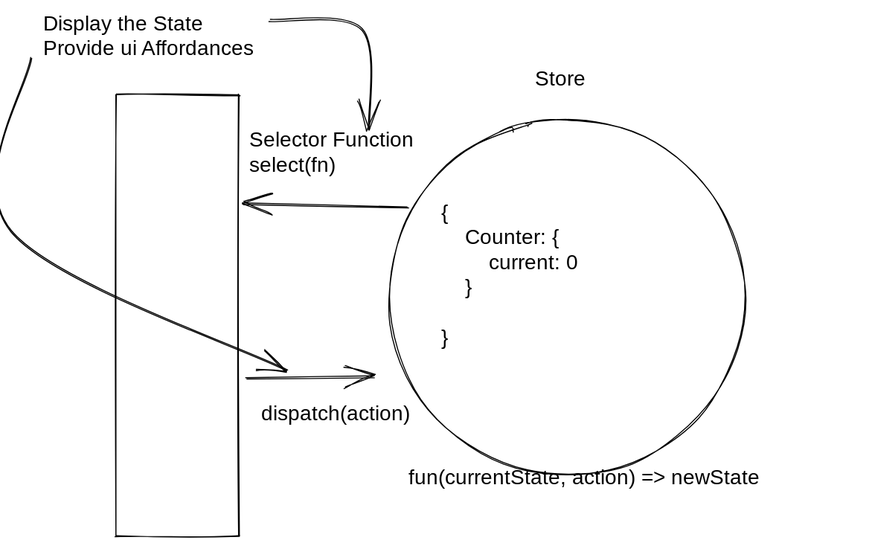
This is CLASS_NOTES/redux.excalidraw.svg from hypertheory-angular/asm-sept-2022, a Excalidraw export, as it was before one commit. Source tidied: one line per element, renumbered; positions are measured from the earlier drawing's top-left corner, leaving out a move shared by most shapes. The source it was exported from:
```json
{"id": 0, "type": "ellipse", "strokeColor": "#000000", "strokeWidth": 1, "roughness": 1, "x": 364, "y": 104, "width": 342, "height": 342}
{"id": 1, "type": "text", "text": "Store", "strokeColor": "#000000", "strokeWidth": 1, "roughness": 1, "fontSize": 20, "fontFamily": 1, "x": 504, "y": 54, "width": 55, "height": 25}
{"id": 2, "type": "text", "text": "{\n    Counter: {\n        current: 0\n    }\n\n}", "strokeColor": "#000000", "strokeWidth": 1, "roughness": 1, "fontSize": 20, "fontFamily": 3, "x": 414, "y": 182, "width": 211, "height": 144}
{"id": 3, "type": "rectangle", "strokeColor": "#000000", "strokeWidth": 1, "roughness": 1, "x": 102, "y": 80, "width": 118, "height": 424}
{"id": 4, "type": "text", "text": "Display the State\nProvide ui Affordances\n", "strokeColor": "#000000", "strokeWidth": 1, "roughness": 1, "fontSize": 20, "fontFamily": 3, "x": 32, "y": 0, "width": 258, "height": 72}
{"id": 5, "type": "text", "text": "Selector Function\nselect(fn)", "strokeColor": "#000000", "strokeWidth": 1, "roughness": 1, "fontSize": 20, "fontFamily": 3, "x": 230, "y": 112, "width": 199, "height": 48}
{"id": 6, "type": "arrow", "strokeColor": "#000000", "strokeWidth": 1, "roughness": 1, "endArrowhead": "arrow", "from": 2, "to": 3, "x": 382, "y": 190, "width": 159, "height": 4, "points": [[0, 0], [-159, -4]]}
{"id": 7, "type": "arrow", "strokeColor": "#000000", "strokeWidth": 1, "roughness": 1, "endArrowhead": "arrow", "x": 250, "y": 10, "width": 96, "height": 105, "points": [[0, 0], [88, 8], [96, 105]]}
{"id": 8, "type": "arrow", "strokeColor": "#000000", "strokeWidth": 1, "roughness": 1, "endArrowhead": "arrow", "from": 3, "to": 0, "x": 226, "y": 354, "width": 122, "height": 2, "points": [[0, 0], [122, -2]]}
{"id": 9, "type": "arrow", "strokeColor": "#000000", "strokeWidth": 1, "roughness": 1, "endArrowhead": "arrow", "from": 4, "x": 20, "y": 46, "width": 266, "height": 301, "points": [[0, 0], [-20, 166], [247, 301]]}
{"id": 10, "type": "text", "text": "dispatch(action)", "strokeColor": "#000000", "strokeWidth": 1, "roughness": 1, "fontSize": 20, "fontFamily": 3, "x": 240, "y": 375, "width": 189, "height": 24}
{"id": 11, "type": "text", "text": "fun(currentState, action) => newState", "strokeColor": "#000000", "strokeWidth": 1, "roughness": 1, "fontSize": 20, "fontFamily": 3, "x": 382, "y": 436, "width": 435, "height": 24}
```
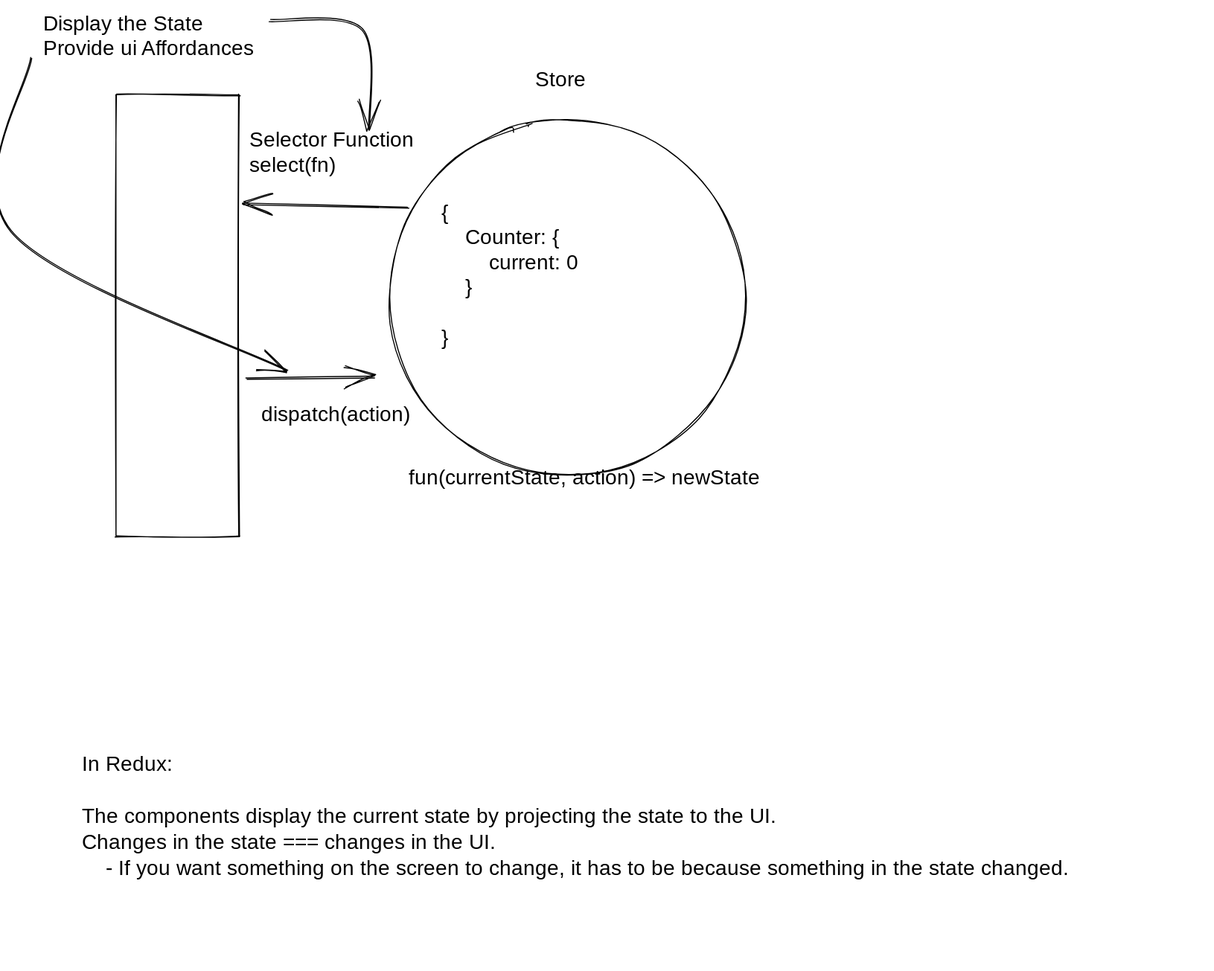
After the commit.

The edit, as a diff of the source:
```diff
@@ -10,3 +10,4 @@
 {"id": 9, "type": "arrow", "strokeColor": "#000000", "strokeWidth": 1, "roughness": 1, "endArrowhead": "arrow", "from": 4, "x": 20, "y": 46, "width": 266, "height": 301, "points": [[0, 0], [-20, 166], [247, 301]]}
 {"id": 10, "type": "text", "text": "dispatch(action)", "strokeColor": "#000000", "strokeWidth": 1, "roughness": 1, "fontSize": 20, "fontFamily": 3, "x": 240, "y": 375, "width": 189, "height": 24}
 {"id": 11, "type": "text", "text": "fun(currentState, action) => newState", "strokeColor": "#000000", "strokeWidth": 1, "roughness": 1, "fontSize": 20, "fontFamily": 3, "x": 382, "y": 436, "width": 435, "height": 24}
+{"id": 12, "type": "text", "text": "In Redux:\n\nThe components display the current state by projecting the state to the UI.\nChanges in the state === changes in the UI.\n    - If you want something on the screen to change, it has to be because something in the state changed.\n\n\n", "strokeColor": "#000000", "strokeWidth": 1, "roughness": 1, "fontSize": 20, "fontFamily": 1, "x": 68, "y": 712, "width": 1077, "height": 200}
```
